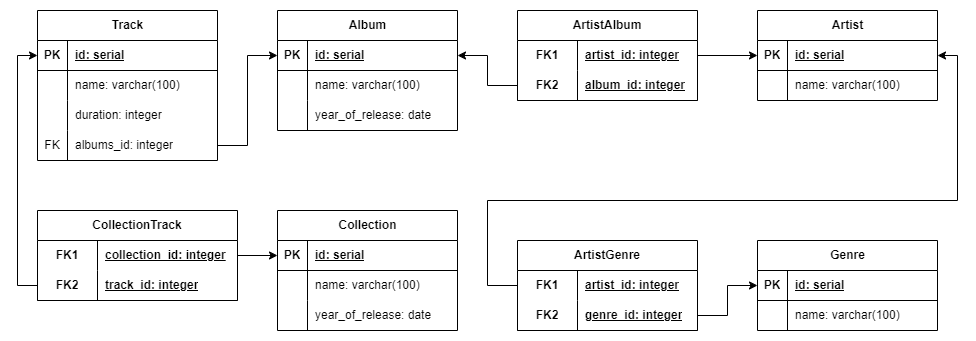
Above: Scheme_DB.drawio.png in AlGeNSoK/Scheme-DB (draw.io), before the change. Source tidied: cells renumbered, new cells last; positions are measured from the earlier drawing's top-left corner, leaving out a move shared by most shapes.
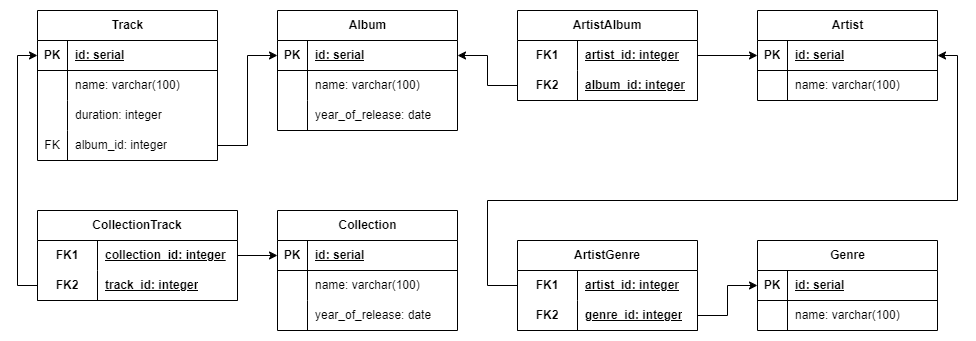
After the commit.

The edit, as a diff of the source:
```diff
@@ -80,7 +80,7 @@
     <mxCell id="27" value="FK" style="shape=partialRectangle;fillColor=none;top=0;left=0;bottom=0;right=0;overflow=hidden;whiteSpace=wrap;html=1;" parent="26" vertex="1">
       <mxGeometry width="30" height="30" as="geometry" />
     </mxCell>
-    <mxCell id="28" value="albums_id: integer" style="shape=partialRectangle;fillColor=none;top=0;left=0;bottom=0;right=0;align=left;spacingLeft=6;overflow=hidden;whiteSpace=wrap;html=1;" parent="26" vertex="1">
+    <mxCell id="28" value="album_id: integer" style="shape=partialRectangle;fillColor=none;top=0;left=0;bottom=0;right=0;align=left;spacingLeft=6;overflow=hidden;whiteSpace=wrap;html=1;" parent="26" vertex="1">
       <mxGeometry x="30" width="150" height="30" as="geometry" />
     </mxCell>
     <mxCell id="29" value="Album" style="shape=table;startSize=30;rowLines=0;fontStyle=1;align=center;html=1;" parent="1" vertex="1">
```
